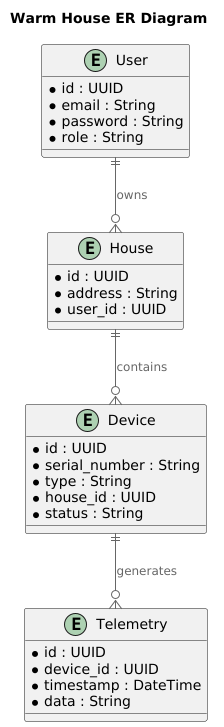
ksayer/architecture-sprint-3 keeps this PlantUML diagram as diagrams/er_diagramm.png. Above is the earlier version. Source of this version:
```plantuml
@startuml
!includeurl https://raw.githubusercontent.com/RicardoNiepel/C4-PlantUML/master/C4_Component.puml

title Warm House ER Diagram

entity User {
  * id : UUID
  * email : String
  * password : String
  * role : String
}

entity House {
  * id : UUID
  * address : String
  * user_id : UUID
}

entity Device {
  * id : UUID
  * serial_number : String
  * type : String
  * house_id : UUID
  * status : String
}

entity Telemetry {
  * id : UUID
  * device_id : UUID
  * timestamp : DateTime
  * data : String
}

User ||--o{ House : owns
House ||--o{ Device : contains
Device ||--o{ Telemetry : generates

@enduml
```
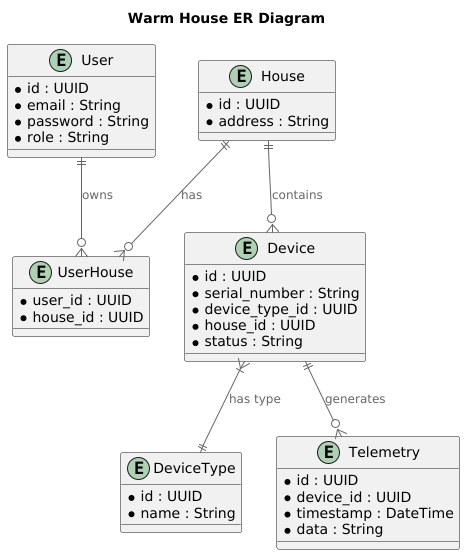
Later version of the same file.

Diff of the diagram source:
```diff
@@ -13,13 +13,22 @@
 entity House {
   * id : UUID
   * address : String
+}
+
+entity UserHouse {
   * user_id : UUID
+  * house_id : UUID
+}
+
+entity DeviceType {
+  * id : UUID
+  * name : String
 }
 
 entity Device {
   * id : UUID
   * serial_number : String
-  * type : String
+  * device_type_id : UUID
   * house_id : UUID
   * status : String
 }
@@ -31,8 +40,11 @@
   * data : String
 }
 
-User ||--o{ House : owns
+User ||--o{ UserHouse : owns
+House ||--o{ UserHouse : has
+
 House ||--o{ Device : contains
+Device }|--|| DeviceType : "has type"
 Device ||--o{ Telemetry : generates
 
 @enduml
```
